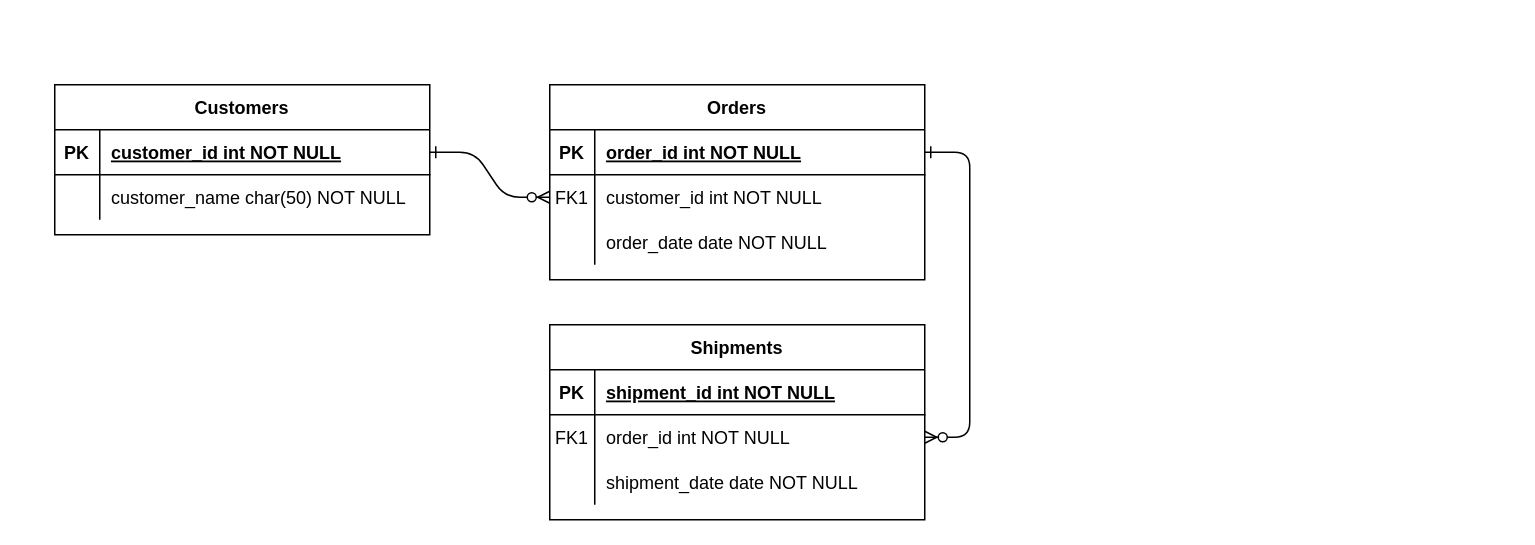
JuliCSD/dynweb keeps this draw.io diagram as ER_Diagram.drawio. Above is the earlier version. Source tidied: cells renumbered, new cells numbered last; positions are measured from the earlier drawing's top-left corner, leaving out a move shared by most shapes. Both pictures are drawn from the tidied source at 150%, with x=0, y=0 at pixel (54, 84).
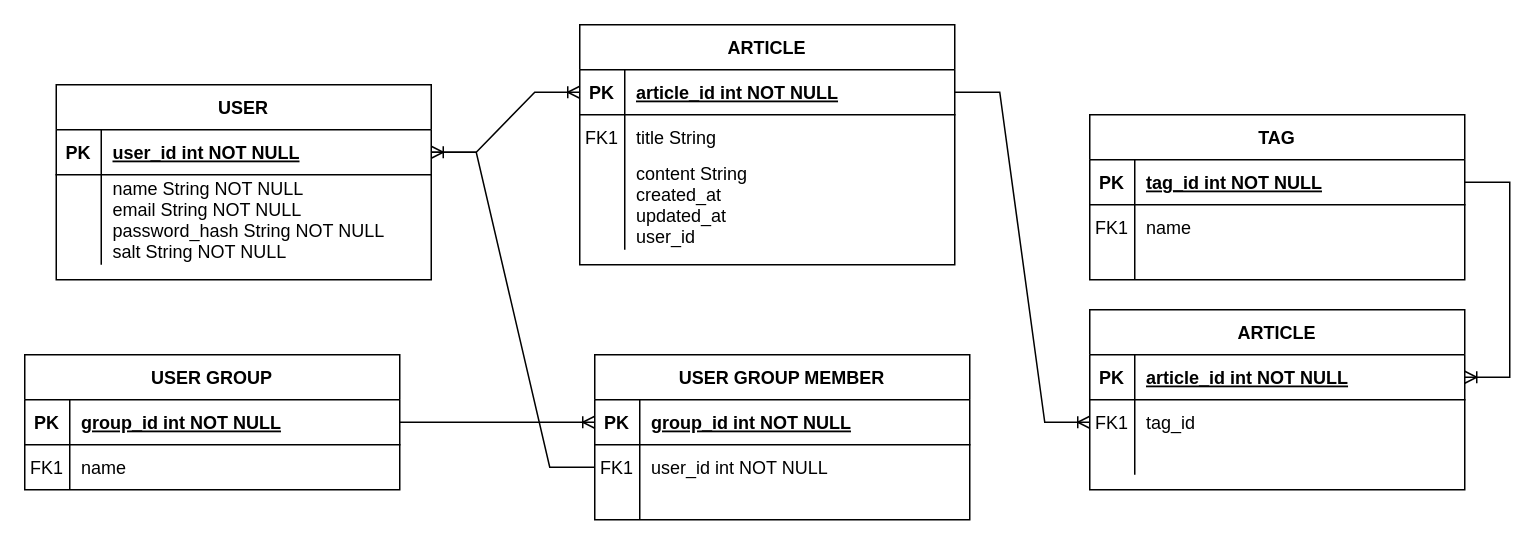
The same page after the edit.

The change refers to these unchanged cells:
```xml
<mxCell id="5" style="shape=partialRectangle;fillColor=none;points=[[0,0.5],[1,0.5]];portConstraint=eastwest;top=0;left=0;right=0;bottom=1;" parent="4" vertex="1">
  <mxGeometry y="30" width="250" height="30" as="geometry" />
</mxCell>
<mxCell id="8" style="shape=partialRectangle;fillColor=none;points=[[0,0.5],[1,0.5]];portConstraint=eastwest;top=0;left=0;right=0;bottom=0;" parent="4" vertex="1">
  <mxGeometry y="60" width="250" height="30" as="geometry" />
</mxCell>
<mxCell id="15" style="shape=partialRectangle;fillColor=none;points=[[0,0.5],[1,0.5]];portConstraint=eastwest;top=0;left=0;right=0;bottom=1;" parent="14" vertex="1">
  <mxGeometry y="30" width="250" height="30" as="geometry" />
</mxCell>
<mxCell id="18" style="shape=partialRectangle;fillColor=none;points=[[0,0.5],[1,0.5]];portConstraint=eastwest;top=0;left=0;right=0;bottom=0;" parent="14" vertex="1">
  <mxGeometry y="60" width="250" height="30" as="geometry" />
</mxCell>
<mxCell id="25" style="shape=partialRectangle;fillColor=none;points=[[0,0.5],[1,0.5]];portConstraint=eastwest;top=0;left=0;right=0;bottom=1;" parent="24" vertex="1">
  <mxGeometry y="30" width="250" height="30" as="geometry" />
</mxCell>
```

Change to the diagram source:
```diff
@@
-    <mxCell id="2" style="edgeStyle=entityRelationEdgeStyle;endArrow=ERzeroToMany;startArrow=ERone;endFill=1;startFill=0;" parent="1" edge="1" source="25" target="8">
-      <mxGeometry relative="1" as="geometry" />
-    </mxCell>
-    <mxCell id="3" style="edgeStyle=entityRelationEdgeStyle;endArrow=ERzeroToMany;startArrow=ERone;endFill=1;startFill=0;" parent="1" edge="1" source="5" target="18">
-      <mxGeometry relative="1" as="geometry" />
-    </mxCell>
-    <mxCell id="4" value="Orders" style="shape=table;startSize=30;childLayout=tableLayout;rowLines=0;fontStyle=1;align=center;" parent="1" vertex="1">
-      <mxGeometry x="330" width="250" height="130" as="geometry" />
+    <mxCell id="4" value="ARTICLE" style="shape=table;startSize=30;childLayout=tableLayout;rowLines=0;fontStyle=1;align=center;" parent="1" vertex="1">
+      <mxGeometry x="350" y="-40" width="250" height="160" as="geometry" />
     </mxCell>
@@
-    <mxCell id="7" value="order_id int NOT NULL " style="shape=partialRectangle;overflow=hidden;fillColor=none;top=0;left=0;bottom=0;right=0;align=left;spacingLeft=6;fontStyle=5;" parent="5" vertex="1">
+    <mxCell id="7" value="article_id int NOT NULL " style="shape=partialRectangle;overflow=hidden;fillColor=none;top=0;left=0;bottom=0;right=0;align=left;spacingLeft=6;fontStyle=5;" parent="5" vertex="1">
       <mxGeometry x="30" width="220" height="30" as="geometry" />
     </mxCell>
@@
-    <mxCell id="10" value="customer_id int NOT NULL" style="shape=partialRectangle;overflow=hidden;fillColor=none;top=0;left=0;bottom=0;right=0;align=left;spacingLeft=6;" parent="8" vertex="1">
+    <mxCell id="10" value="title String" style="shape=partialRectangle;overflow=hidden;fillColor=none;top=0;left=0;bottom=0;right=0;align=left;spacingLeft=6;" parent="8" vertex="1">
       <mxGeometry x="30" width="220" height="30" as="geometry" />
     </mxCell>
     <mxCell id="11" style="shape=partialRectangle;fillColor=none;top=0;left=0;right=0;bottom=0;" parent="4" vertex="1">
-      <mxGeometry y="90" width="250" height="30" as="geometry" />
+      <mxGeometry y="90" width="250" height="60" as="geometry" />
     </mxCell>
     <mxCell id="12" style="shape=partialRectangle;overflow=hidden;fillColor=none;top=0;left=0;bottom=0;right=0;" parent="11" vertex="1">
-      <mxGeometry width="30" height="30" as="geometry" />
+      <mxGeometry width="30" height="60" as="geometry" />
     </mxCell>
-    <mxCell id="13" value="order_date date NOT NULL" style="shape=partialRectangle;overflow=hidden;fillColor=none;top=0;left=0;bottom=0;right=0;align=left;spacingLeft=6;" parent="11" vertex="1">
-      <mxGeometry x="30" width="220" height="30" as="geometry" />
+    <mxCell id="13" value="content String&#10;created_at&#10;updated_at&#10;user_id" style="shape=partialRectangle;overflow=hidden;fillColor=none;top=0;left=0;bottom=0;right=0;align=left;spacingLeft=6;" parent="11" vertex="1">
+      <mxGeometry x="30" width="220" height="60" as="geometry" />
     </mxCell>
-    <mxCell id="14" value="Shipments" style="shape=table;startSize=30;childLayout=tableLayout;rowLines=0;fontStyle=1;align=center;" parent="1" vertex="1">
-      <mxGeometry x="330" y="160" width="250" height="130" as="geometry" />
+    <mxCell id="14" value="USER GROUP" style="shape=table;startSize=30;childLayout=tableLayout;rowLines=0;fontStyle=1;align=center;" parent="1" vertex="1">
+      <mxGeometry x="-20" y="180" width="250" height="90" as="geometry" />
     </mxCell>
@@
-    <mxCell id="17" value="shipment_id int NOT NULL " style="shape=partialRectangle;overflow=hidden;fillColor=none;top=0;left=0;bottom=0;right=0;align=left;spacingLeft=6;fontStyle=5;" parent="15" vertex="1">
+    <mxCell id="17" value="group_id int NOT NULL " style="shape=partialRectangle;overflow=hidden;fillColor=none;top=0;left=0;bottom=0;right=0;align=left;spacingLeft=6;fontStyle=5;" parent="15" vertex="1">
       <mxGeometry x="30" width="220" height="30" as="geometry" />
     </mxCell>
@@
-    <mxCell id="20" value="order_id int NOT NULL" style="shape=partialRectangle;overflow=hidden;fillColor=none;top=0;left=0;bottom=0;right=0;align=left;spacingLeft=6;" parent="18" vertex="1">
+    <mxCell id="20" value="name" style="shape=partialRectangle;overflow=hidden;fillColor=none;top=0;left=0;bottom=0;right=0;align=left;spacingLeft=6;" parent="18" vertex="1">
       <mxGeometry x="30" width="220" height="30" as="geometry" />
     </mxCell>
-    <mxCell id="21" style="shape=partialRectangle;fillColor=none;top=0;left=0;right=0;bottom=0;" parent="14" vertex="1">
-      <mxGeometry y="90" width="250" height="30" as="geometry" />
-    </mxCell>
-    <mxCell id="22" style="shape=partialRectangle;overflow=hidden;fillColor=none;top=0;left=0;bottom=0;right=0;" parent="21" vertex="1">
-      <mxGeometry width="30" height="30" as="geometry" />
-    </mxCell>
-    <mxCell id="23" value="shipment_date date NOT NULL" style="shape=partialRectangle;overflow=hidden;fillColor=none;top=0;left=0;bottom=0;right=0;align=left;spacingLeft=6;" parent="21" vertex="1">
-      <mxGeometry x="30" width="220" height="30" as="geometry" />
-    </mxCell>
-    <mxCell id="24" value="Customers" style="shape=table;startSize=30;childLayout=tableLayout;rowLines=0;fontStyle=1;align=center;" parent="1" vertex="1">
-      <mxGeometry width="250" height="100" as="geometry" />
+    <mxCell id="24" value="USER" style="shape=table;startSize=30;childLayout=tableLayout;rowLines=0;fontStyle=1;align=center;" parent="1" vertex="1">
+      <mxGeometry x="1" width="250" height="130" as="geometry" />
     </mxCell>
@@
-    <mxCell id="27" value="customer_id int NOT NULL " style="shape=partialRectangle;overflow=hidden;fillColor=none;top=0;left=0;bottom=0;right=0;align=left;spacingLeft=6;fontStyle=5;" parent="25" vertex="1">
+    <mxCell id="27" value="user_id int NOT NULL " style="shape=partialRectangle;overflow=hidden;fillColor=none;top=0;left=0;bottom=0;right=0;align=left;spacingLeft=6;fontStyle=5;" parent="25" vertex="1">
       <mxGeometry x="30" width="220" height="30" as="geometry" />
     </mxCell>
     <mxCell id="28" style="shape=partialRectangle;fillColor=none;top=0;left=0;right=0;bottom=0;" parent="24" vertex="1">
-      <mxGeometry y="60" width="250" height="30" as="geometry" />
+      <mxGeometry y="60" width="250" height="60" as="geometry" />
     </mxCell>
     <mxCell id="29" style="shape=partialRectangle;overflow=hidden;fillColor=none;top=0;left=0;bottom=0;right=0;" parent="28" vertex="1">
-      <mxGeometry width="30" height="30" as="geometry" />
+      <mxGeometry width="30" height="60" as="geometry" />
     </mxCell>
-    <mxCell id="30" value="customer_name char(50) NOT NULL" style="shape=partialRectangle;overflow=hidden;fillColor=none;top=0;left=0;bottom=0;right=0;align=left;spacingLeft=6;" parent="28" vertex="1">
-      <mxGeometry x="30" width="220" height="30" as="geometry" />
+    <mxCell id="30" value="name String NOT NULL&#10;email String NOT NULL&#10;password_hash String NOT NULL&#10;salt String NOT NULL" style="shape=partialRectangle;overflow=hidden;fillColor=none;top=0;left=0;bottom=0;right=0;align=left;spacingLeft=6;" parent="28" vertex="1">
+      <mxGeometry x="30" width="220" height="60" as="geometry" />
     </mxCell>
+    <mxCell id="31" value="USER GROUP MEMBER" style="shape=table;startSize=30;childLayout=tableLayout;rowLines=0;fontStyle=1;align=center;" parent="1" vertex="1">
+      <mxGeometry x="360" y="180" width="250" height="110" as="geometry" />
+    </mxCell>
+    <mxCell id="32" style="shape=partialRectangle;fillColor=none;points=[[0,0.5],[1,0.5]];portConstraint=eastwest;top=0;left=0;right=0;bottom=1;" parent="31" vertex="1">
+      <mxGeometry y="30" width="250" height="30" as="geometry" />
+    </mxCell>
+    <mxCell id="33" value="PK" style="shape=partialRectangle;overflow=hidden;fillColor=none;top=0;left=0;bottom=0;right=0;fontStyle=1;" parent="32" vertex="1">
+      <mxGeometry width="30" height="30" as="geometry" />
+    </mxCell>
+    <mxCell id="34" value="group_id int NOT NULL " style="shape=partialRectangle;overflow=hidden;fillColor=none;top=0;left=0;bottom=0;right=0;align=left;spacingLeft=6;fontStyle=5;" parent="32" vertex="1">
+      <mxGeometry x="30" width="220" height="30" as="geometry" />
+    </mxCell>
+    <mxCell id="35" style="shape=partialRectangle;fillColor=none;points=[[0,0.5],[1,0.5]];portConstraint=eastwest;top=0;left=0;right=0;bottom=0;" parent="31" vertex="1">
+      <mxGeometry y="60" width="250" height="30" as="geometry" />
+    </mxCell>
+    <mxCell id="36" value="FK1" style="shape=partialRectangle;overflow=hidden;fillColor=none;top=0;left=0;bottom=0;right=0;" parent="35" vertex="1">
+      <mxGeometry width="30" height="30" as="geometry" />
+    </mxCell>
+    <mxCell id="37" value="user_id int NOT NULL" style="shape=partialRectangle;overflow=hidden;fillColor=none;top=0;left=0;bottom=0;right=0;align=left;spacingLeft=6;" parent="35" vertex="1">
+      <mxGeometry x="30" width="220" height="30" as="geometry" />
+    </mxCell>
+    <mxCell id="38" style="shape=partialRectangle;fillColor=none;top=0;left=0;right=0;bottom=0;" parent="31" vertex="1">
+      <mxGeometry y="90" width="250" height="20" as="geometry" />
+    </mxCell>
+    <mxCell id="39" style="shape=partialRectangle;overflow=hidden;fillColor=none;top=0;left=0;bottom=0;right=0;" parent="38" vertex="1">
+      <mxGeometry width="30" height="20" as="geometry" />
+    </mxCell>
+    <mxCell id="40" style="shape=partialRectangle;overflow=hidden;fillColor=none;top=0;left=0;bottom=0;right=0;align=left;spacingLeft=6;" parent="38" vertex="1">
+      <mxGeometry x="30" width="220" height="20" as="geometry" />
+    </mxCell>
+    <mxCell id="41" value="TAG" style="shape=table;startSize=30;childLayout=tableLayout;rowLines=0;fontStyle=1;align=center;" parent="1" vertex="1">
+      <mxGeometry x="690" y="20" width="250" height="110" as="geometry" />
+    </mxCell>
+    <mxCell id="42" style="shape=partialRectangle;fillColor=none;points=[[0,0.5],[1,0.5]];portConstraint=eastwest;top=0;left=0;right=0;bottom=1;" parent="41" vertex="1">
+      <mxGeometry y="30" width="250" height="30" as="geometry" />
+    </mxCell>
+    <mxCell id="43" value="PK" style="shape=partialRectangle;overflow=hidden;fillColor=none;top=0;left=0;bottom=0;right=0;fontStyle=1;" parent="42" vertex="1">
+      <mxGeometry width="30" height="30" as="geometry" />
+    </mxCell>
+    <mxCell id="44" value="tag_id int NOT NULL " style="shape=partialRectangle;overflow=hidden;fillColor=none;top=0;left=0;bottom=0;right=0;align=left;spacingLeft=6;fontStyle=5;" parent="42" vertex="1">
+      <mxGeometry x="30" width="220" height="30" as="geometry" />
+    </mxCell>
+    <mxCell id="45" style="shape=partialRectangle;fillColor=none;top=0;left=0;right=0;bottom=0;" parent="41" vertex="1">
+      <mxGeometry y="60" width="250" height="30" as="geometry" />
+    </mxCell>
+    <mxCell id="46" value="FK1" style="shape=partialRectangle;overflow=hidden;fillColor=none;top=0;left=0;bottom=0;right=0;" parent="45" vertex="1">
+      <mxGeometry width="30" height="30" as="geometry" />
+    </mxCell>
+    <mxCell id="47" value="name" style="shape=partialRectangle;overflow=hidden;fillColor=none;top=0;left=0;bottom=0;right=0;align=left;spacingLeft=6;" parent="45" vertex="1">
+      <mxGeometry x="30" width="220" height="30" as="geometry" />
+    </mxCell>
+    <mxCell id="48" style="shape=partialRectangle;fillColor=none;top=0;left=0;right=0;bottom=0;" parent="41" vertex="1">
+      <mxGeometry y="90" width="250" height="20" as="geometry" />
+    </mxCell>
+    <mxCell id="49" style="shape=partialRectangle;overflow=hidden;fillColor=none;top=0;left=0;bottom=0;right=0;" parent="48" vertex="1">
+      <mxGeometry width="30" height="20" as="geometry" />
+    </mxCell>
+    <mxCell id="50" style="shape=partialRectangle;overflow=hidden;fillColor=none;top=0;left=0;bottom=0;right=0;align=left;spacingLeft=6;" parent="48" vertex="1">
+      <mxGeometry x="30" width="220" height="20" as="geometry" />
+    </mxCell>
+    <mxCell id="51" value="ARTICLE" style="shape=table;startSize=30;childLayout=tableLayout;rowLines=0;fontStyle=1;align=center;" parent="1" vertex="1">
+      <mxGeometry x="690" y="150" width="250" height="120" as="geometry" />
+    </mxCell>
+    <mxCell id="52" style="shape=partialRectangle;fillColor=none;points=[[0,0.5],[1,0.5]];portConstraint=eastwest;top=0;left=0;right=0;bottom=1;" parent="51" vertex="1">
+      <mxGeometry y="30" width="250" height="30" as="geometry" />
+    </mxCell>
+    <mxCell id="53" value="PK" style="shape=partialRectangle;overflow=hidden;fillColor=none;top=0;left=0;bottom=0;right=0;fontStyle=1;" parent="52" vertex="1">
+      <mxGeometry width="30" height="30" as="geometry" />
+    </mxCell>
+    <mxCell id="54" value="article_id int NOT NULL " style="shape=partialRectangle;overflow=hidden;fillColor=none;top=0;left=0;bottom=0;right=0;align=left;spacingLeft=6;fontStyle=5;" parent="52" vertex="1">
+      <mxGeometry x="30" width="220" height="30" as="geometry" />
+    </mxCell>
+    <mxCell id="55" style="shape=partialRectangle;fillColor=none;points=[[0,0.5],[1,0.5]];portConstraint=eastwest;top=0;left=0;right=0;bottom=0;" parent="51" vertex="1">
+      <mxGeometry y="60" width="250" height="30" as="geometry" />
+    </mxCell>
+    <mxCell id="56" value="FK1" style="shape=partialRectangle;overflow=hidden;fillColor=none;top=0;left=0;bottom=0;right=0;" parent="55" vertex="1">
+      <mxGeometry width="30" height="30" as="geometry" />
+    </mxCell>
+    <mxCell id="57" value="tag_id" style="shape=partialRectangle;overflow=hidden;fillColor=none;top=0;left=0;bottom=0;right=0;align=left;spacingLeft=6;" parent="55" vertex="1">
+      <mxGeometry x="30" width="220" height="30" as="geometry" />
+    </mxCell>
+    <mxCell id="58" style="shape=partialRectangle;fillColor=none;top=0;left=0;right=0;bottom=0;" parent="51" vertex="1">
+      <mxGeometry y="90" width="250" height="20" as="geometry" />
+    </mxCell>
+    <mxCell id="59" style="shape=partialRectangle;overflow=hidden;fillColor=none;top=0;left=0;bottom=0;right=0;" parent="58" vertex="1">
+      <mxGeometry width="30" height="20" as="geometry" />
+    </mxCell>
+    <mxCell id="60" style="shape=partialRectangle;overflow=hidden;fillColor=none;top=0;left=0;bottom=0;right=0;align=left;spacingLeft=6;" parent="58" vertex="1">
+      <mxGeometry x="30" width="220" height="20" as="geometry" />
+    </mxCell>
+    <mxCell id="61" style="edgeStyle=entityRelationEdgeStyle;fontSize=12;html=1;endArrow=ERoneToMany;rounded=0;exitX=1;exitY=0.5;exitDx=0;exitDy=0;entryX=0;entryY=0.5;entryDx=0;entryDy=0;" parent="1" edge="1" source="25" target="5">
+      <mxGeometry relative="1" as="geometry" />
+    </mxCell>
+    <mxCell id="62" style="edgeStyle=entityRelationEdgeStyle;fontSize=12;html=1;endArrow=ERoneToMany;rounded=0;" parent="1" edge="1" source="15" target="32">
+      <mxGeometry relative="1" as="geometry" />
+    </mxCell>
+    <mxCell id="63" style="edgeStyle=entityRelationEdgeStyle;fontSize=12;html=1;endArrow=ERoneToMany;rounded=0;" parent="1" edge="1" source="35" target="25">
+      <mxGeometry relative="1" as="geometry" />
+    </mxCell>
+    <mxCell id="64" style="edgeStyle=entityRelationEdgeStyle;fontSize=12;html=1;endArrow=ERoneToMany;rounded=0;" parent="1" edge="1" source="42" target="52">
+      <mxGeometry relative="1" as="geometry" />
+    </mxCell>
+    <mxCell id="65" style="edgeStyle=entityRelationEdgeStyle;fontSize=12;html=1;endArrow=ERoneToMany;rounded=0;" parent="1" edge="1" source="5" target="55">
+      <mxGeometry relative="1" as="geometry" />
+    </mxCell>
```
